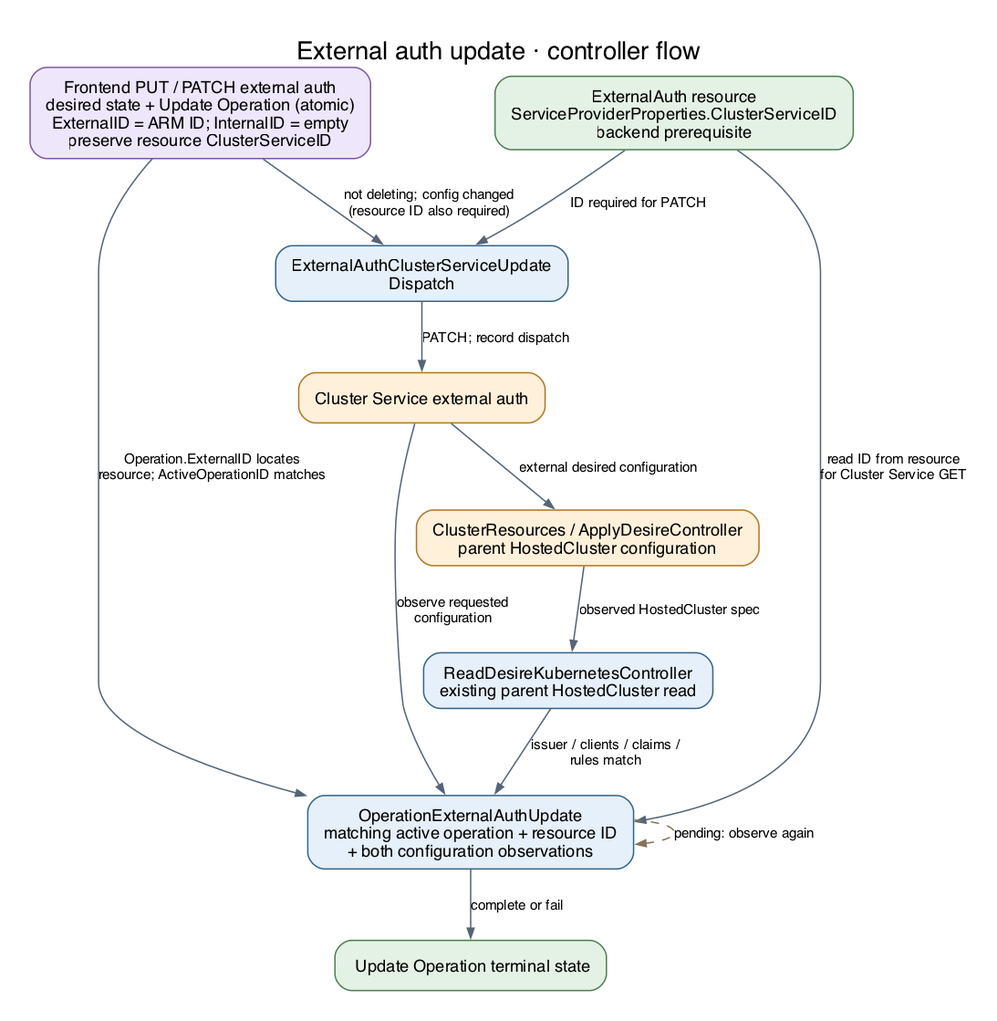
The Graphviz diagram docs/generated/diagrams/controller-flows/externalauth-update.png in Azure/ARO-HCP, before a commit. Its source is kept beside it as docs/generated/diagrams/controller-flows/externalauth-update.dot.
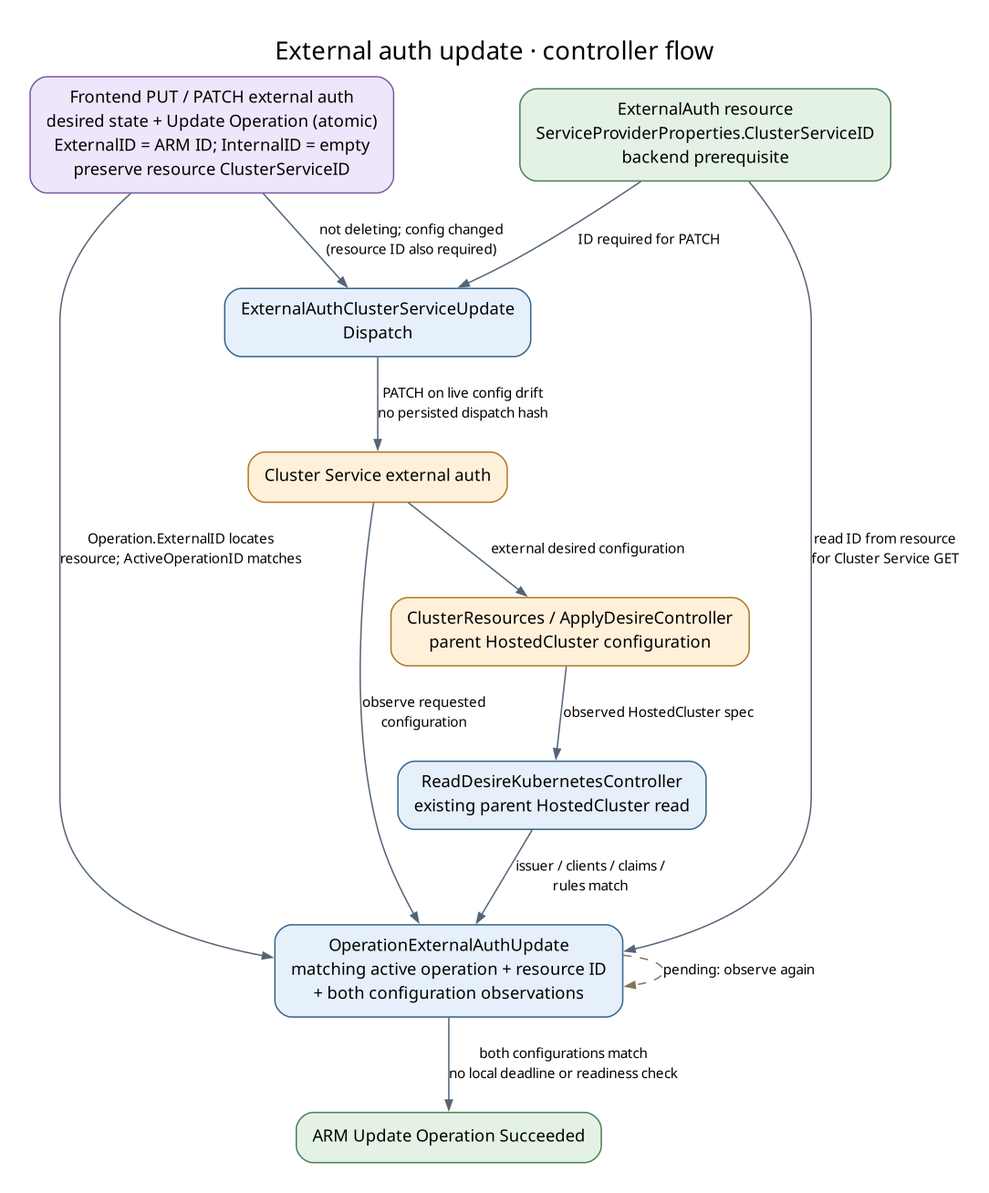
Above is the later version.

The edit, as a diff of the source:
```diff
@@ -7,16 +7,16 @@
   dispatch [label="ExternalAuthClusterServiceUpdate\nDispatch", fillcolor="#e6f0fa", color="#35648a"];
   cs [label="Cluster Service external auth", fillcolor="#fff0da", color="#b27624"];
   op [label="OperationExternalAuthUpdate\nmatching active operation + resource ID\n+ both configuration observations", fillcolor="#e6f0fa", color="#35648a"];
-  done [label=" Update Operation terminal state", fillcolor="#e4f2e5", color="#4c8053"];
+  done [label="ARM Update Operation Succeeded", fillcolor="#e4f2e5", color="#4c8053"];
   external [label="ClusterResources / ApplyDesireController\nparent HostedCluster configuration", fillcolor="#fff0da", color="#b27624"];
   mirror [label="ReadDesireKubernetesController\nexisting parent HostedCluster read", fillcolor="#e6f0fa", color="#35648a"];
   api -> dispatch [label="not deleting; config changed\n(resource ID also required)"];
   child -> dispatch [label="ID required for PATCH"];
   child -> op [label="read ID from resource\nfor Cluster Service GET"];
   api -> op [label="Operation.ExternalID locates\nresource; ActiveOperationID matches"];
-  dispatch -> cs [label="PATCH; record dispatch"];
+  dispatch -> cs [label="PATCH on live config drift\nno persisted dispatch hash"];
   cs -> op [label="observe requested\nconfiguration"];
-  op -> done [label="complete or fail"];
+  op -> done [label="both configurations match\nno local deadline or readiness check"];
   cs -> external [label="external desired configuration"];
   external -> mirror [label="observed HostedCluster spec"];
   mirror -> op [label="issuer / clients / claims /\nrules match"];
```
